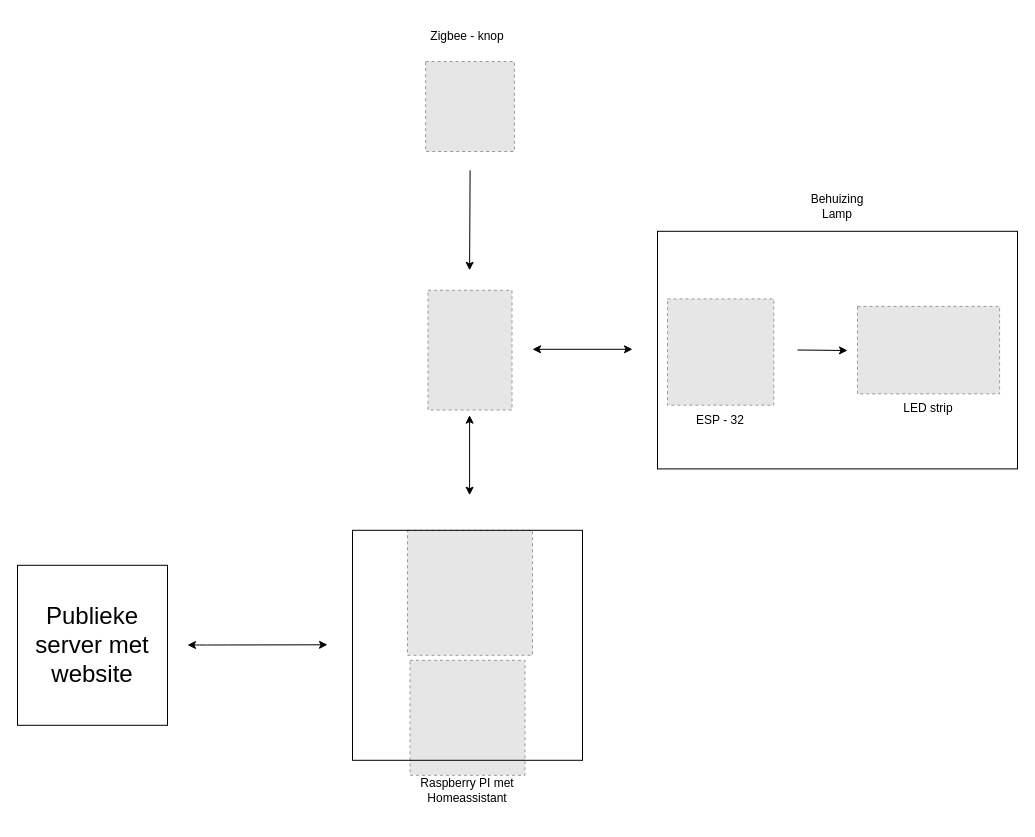
Above: Research/schema.drawio in vives-project-xp/SimLabVerpleegoproep (draw.io), before the change. Source tidied: cells renumbered, new cells numbered last; positions are measured from the earlier drawing's top-left corner, leaving out a move shared by most shapes. Both pictures are drawn from the tidied source at 100%, with x=0, y=0 at pixel (17, 21). Pictures stored in the file or linked from it are replaced by grey dashed boxes.
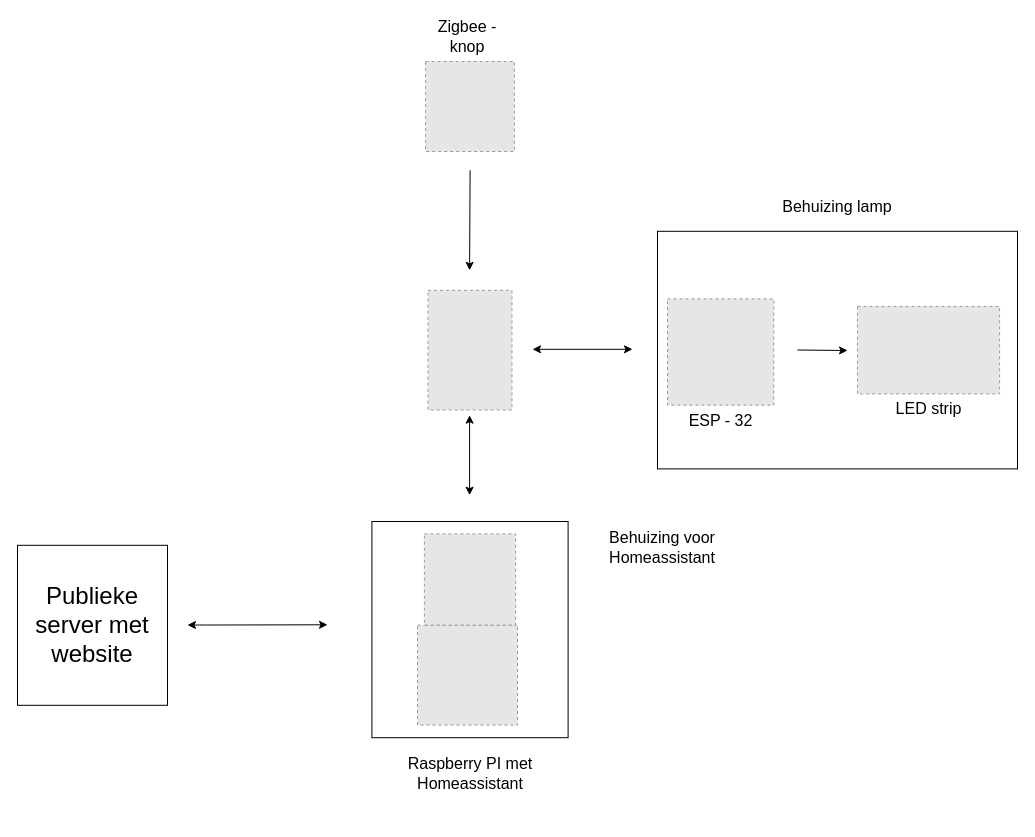
The same page after the edit.

Commit message:
Kleine veranderingen schema

Diff of the diagram source:
```diff
@@
+    <mxCell id="21" style="whiteSpace=wrap;html=1;fillColor=none;" parent="1" vertex="1">
+      <mxGeometry x="354.4" y="500" width="196.2" height="216.2" as="geometry" />
+    </mxCell>
@@
     <mxCell id="5" style="fillColor=#E6E6E6;strokeColor=#999999;dashed=1;verticalLabelPosition=bottom;labelBackgroundColor=default;verticalAlign=top;" parent="1" vertex="1">
-      <mxGeometry x="392.5" y="638.8" width="115" height="115" as="geometry" />
+      <mxGeometry x="400" y="603.6" width="100" height="100" as="geometry" />
     </mxCell>
@@
     <mxCell id="7" style="fillColor=#E6E6E6;strokeColor=#999999;dashed=1;verticalLabelPosition=bottom;labelBackgroundColor=default;verticalAlign=top;" parent="1" vertex="1">
-      <mxGeometry x="390" y="508.8" width="125" height="125" as="geometry" />
+      <mxGeometry x="406.9" y="512.4" width="91.2" height="91.2" as="geometry" />
     </mxCell>
-    <mxCell id="8" style="whiteSpace=wrap;html=1;fillColor=none;" parent="1" vertex="1">
-      <mxGeometry x="335" y="508.8" width="230" height="230" as="geometry" />
-    </mxCell>
@@
     <mxCell id="14" style="endArrow=classic;startArrow=classic;html=1;" parent="1" edge="1">
       <mxGeometry relative="1" as="geometry">
-        <mxPoint x="170" y="623.5" as="sourcePoint" />
-        <mxPoint x="310" y="623.3" as="targetPoint" />
+        <mxPoint x="170" y="603.5" as="sourcePoint" />
+        <mxPoint x="310" y="603.3" as="targetPoint" />
         <Array as="points">
-          <mxPoint x="180" y="623.5" />
-          <mxPoint x="200" y="623.5" />
+          <mxPoint x="180" y="603.5" />
+          <mxPoint x="200" y="603.5" />
         </Array>
       </mxGeometry>
     </mxCell>
-    <mxCell id="15" value="Zigbee - knop" style="text;strokeColor=none;align=center;fillColor=none;html=1;verticalAlign=middle;whiteSpace=wrap;rounded=0;" parent="1" vertex="1">
+    <mxCell id="15" value="&lt;font style=&quot;font-size: 16px;&quot;&gt;Zigbee - knop&lt;/font&gt;" style="text;strokeColor=none;align=center;fillColor=none;html=1;verticalAlign=middle;whiteSpace=wrap;rounded=0;" parent="1" vertex="1">
       <mxGeometry x="405" width="90" height="30" as="geometry" />
     </mxCell>
-    <mxCell id="16" value="ESP - 32" style="text;strokeColor=none;align=center;fillColor=none;html=1;verticalAlign=middle;whiteSpace=wrap;rounded=0;" parent="1" vertex="1">
-      <mxGeometry x="673.2" y="383.7" width="60" height="30" as="geometry" />
+    <mxCell id="16" value="&lt;font style=&quot;font-size: 16px;&quot;&gt;ESP - 32&lt;/font&gt;" style="text;strokeColor=none;align=center;fillColor=none;html=1;verticalAlign=middle;whiteSpace=wrap;rounded=0;" parent="1" vertex="1">
+      <mxGeometry x="659.8" y="383.7" width="86.8" height="30" as="geometry" />
     </mxCell>
     <mxCell id="17" value="&lt;font style=&quot;font-size: 24px;&quot;&gt;Publieke server met website&lt;/font&gt;" style="whiteSpace=wrap;html=1;" parent="1" vertex="1">
-      <mxGeometry y="543.8" width="150" height="160" as="geometry" />
+      <mxGeometry y="523.8" width="150" height="160" as="geometry" />
     </mxCell>
-    <mxCell id="18" value="Raspberry PI met Homeassistant" style="text;strokeColor=none;align=center;fillColor=none;html=1;verticalAlign=middle;whiteSpace=wrap;rounded=0;" parent="1" vertex="1">
-      <mxGeometry x="380" y="738.8" width="140" height="60" as="geometry" />
+    <mxCell id="18" value="&lt;font style=&quot;font-size: 16px;&quot;&gt;Raspberry PI met Homeassistant&lt;/font&gt;" style="text;strokeColor=none;align=center;fillColor=none;html=1;verticalAlign=middle;whiteSpace=wrap;rounded=0;" parent="1" vertex="1">
+      <mxGeometry x="382.5" y="722.4" width="140" height="60" as="geometry" />
     </mxCell>
-    <mxCell id="19" value="Behuizing Lamp" style="text;strokeColor=none;align=center;fillColor=none;html=1;verticalAlign=middle;whiteSpace=wrap;rounded=0;" parent="1" vertex="1">
-      <mxGeometry x="790" y="170" width="60" height="30" as="geometry" />
+    <mxCell id="19" value="&lt;font style=&quot;font-size: 16px;&quot;&gt;Behuizing lamp&lt;/font&gt;" style="text;strokeColor=none;align=center;fillColor=none;html=1;verticalAlign=middle;whiteSpace=wrap;rounded=0;" parent="1" vertex="1">
+      <mxGeometry x="755" y="170" width="130" height="30" as="geometry" />
     </mxCell>
-    <mxCell id="20" value="LED strip" style="text;strokeColor=none;align=center;fillColor=none;html=1;verticalAlign=middle;whiteSpace=wrap;rounded=0;" parent="1" vertex="1">
-      <mxGeometry x="881.1" y="372.4" width="60" height="30" as="geometry" />
+    <mxCell id="20" value="&lt;font style=&quot;font-size: 16px;&quot;&gt;LED strip&lt;/font&gt;" style="text;strokeColor=none;align=center;fillColor=none;html=1;verticalAlign=middle;whiteSpace=wrap;rounded=0;" parent="1" vertex="1">
+      <mxGeometry x="871.6" y="372.4" width="78.9" height="30" as="geometry" />
     </mxCell>
+    <mxCell id="22" value="&lt;font style=&quot;font-size: 16px;&quot;&gt;Behuizing voor Homeassistant&lt;/font&gt;" style="text;strokeColor=none;align=center;fillColor=none;html=1;verticalAlign=middle;whiteSpace=wrap;rounded=0;" parent="1" vertex="1">
+      <mxGeometry x="570" y="500" width="150" height="52.4" as="geometry" />
+    </mxCell>
```
